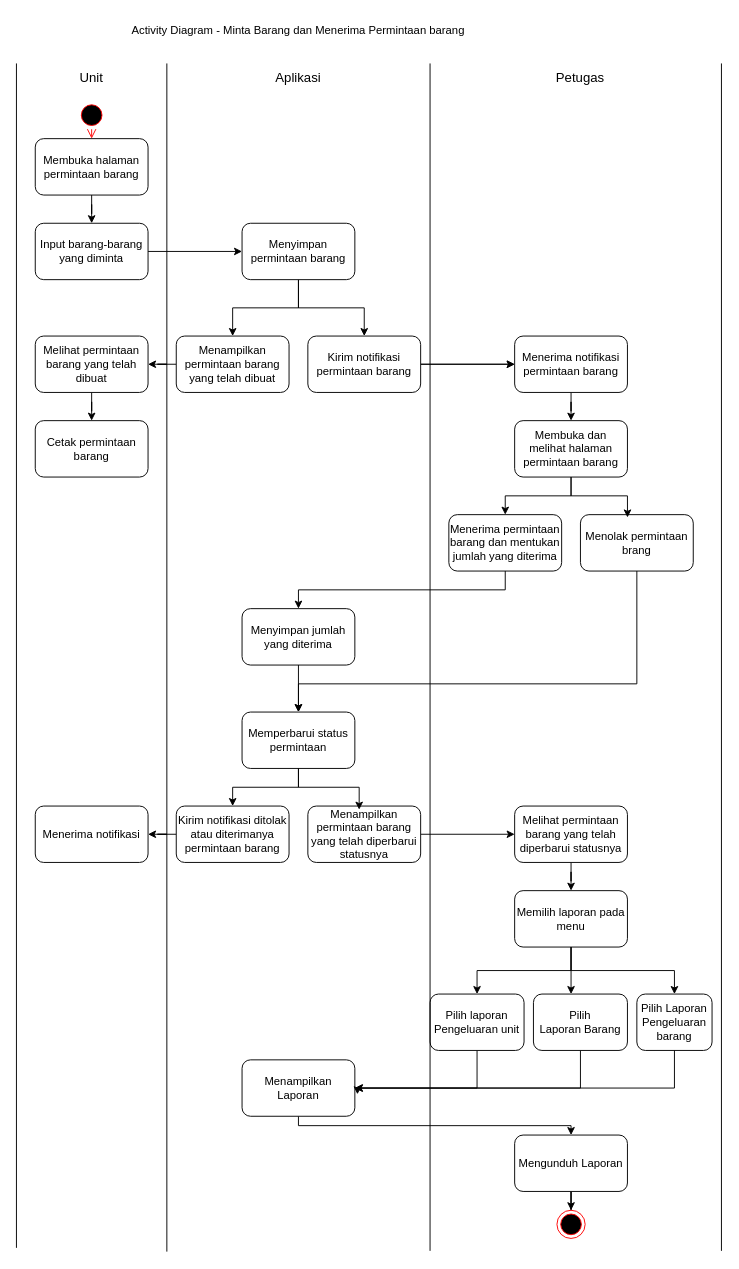
Before: docs/activity/permintaan_dan_penerimaan_permintaan_barang.drawio in juntralala/e-atk, a draw.io diagram. Source tidied: cells renumbered, new cells numbered last; positions are measured from the earlier drawing's top-left corner, leaving out a move shared by most shapes. Both pictures are drawn from the tidied source at 94%, with x=0, y=0 at pixel (16, 16).
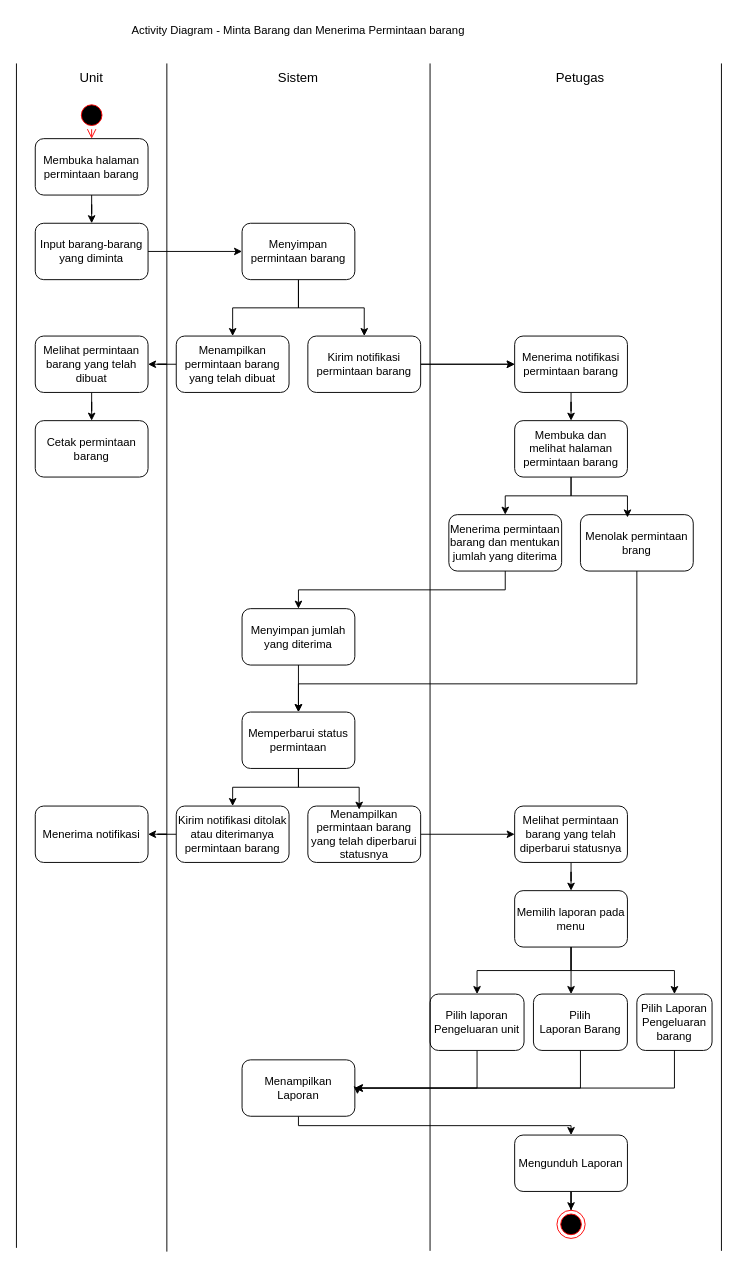
After the change.

The edit, as a diff of the source:
```diff
@@
-    <mxCell id="4" value="&lt;font style=&quot;font-size: 14px;&quot;&gt;Aplikasi&lt;/font&gt;" style="text;html=1;whiteSpace=wrap;strokeColor=none;fillColor=none;align=center;verticalAlign=middle;rounded=0;" parent="1" vertex="1">
+    <mxCell id="4" value="&lt;font style=&quot;font-size: 14px;&quot;&gt;Sistem&lt;/font&gt;" style="text;html=1;whiteSpace=wrap;strokeColor=none;fillColor=none;align=center;verticalAlign=middle;rounded=0;" parent="1" vertex="1">
       <mxGeometry x="270" y="50" width="60" height="30" as="geometry" />
     </mxCell>
```
